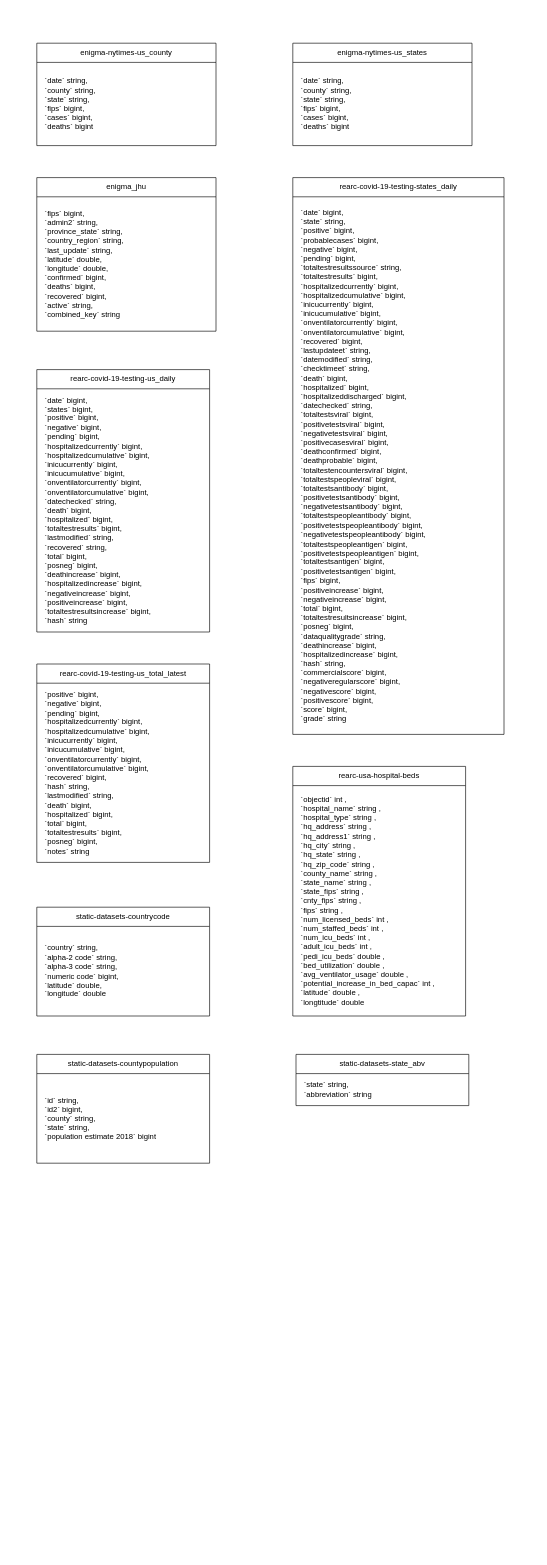
Earlier version of the draw.io diagram page "Page-1" (1 of 2) of datamodel/datamodel.drawio (suhailmemon01101984/dataeng-project04). Source tidied: cells renumbered, new cells numbered last; positions are measured from the earlier drawing's top-left corner, leaving out a move shared by most shapes. Both pictures are drawn from the tidied source at 64%, with x=0, y=0 at pixel (36, 43).
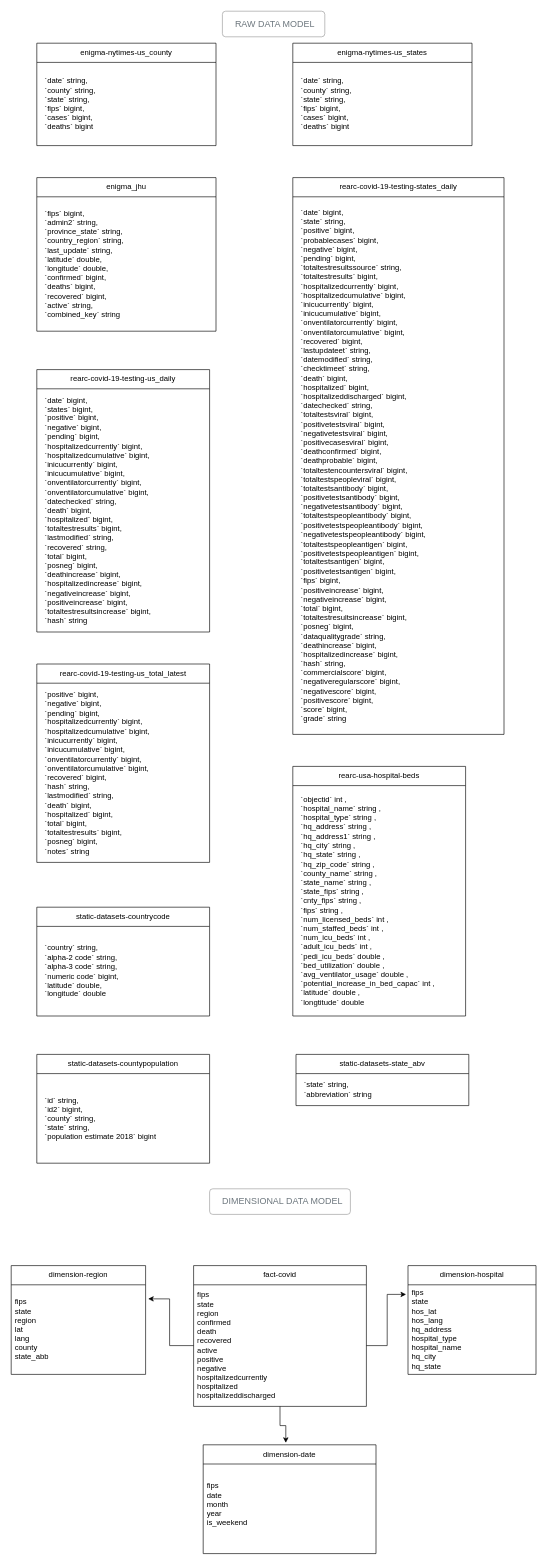
After the change.

The change refers to these unchanged cells:
```xml
<mxCell id="2" value="enigma-nytimes-us_county" style="swimlane;fontStyle=0;horizontal=1;startSize=30;whiteSpace=wrap;html=1;" parent="1" vertex="1">
  <mxGeometry width="280" height="160" as="geometry" />
</mxCell>
<mxCell id="4" value="enigma-nytimes-us_states" style="swimlane;fontStyle=0;horizontal=1;startSize=30;whiteSpace=wrap;html=1;" parent="1" vertex="1">
  <mxGeometry x="400" width="280" height="160" as="geometry" />
</mxCell>
```

The edit, as a diff of the source:
```diff
@@
-    <mxCell id="3" value="&lt;div&gt;&amp;nbsp; `date` string,&amp;nbsp;&lt;/div&gt;&lt;div&gt;&amp;nbsp; `county` string,&amp;nbsp;&lt;/div&gt;&lt;div&gt;&amp;nbsp; `state` string,&amp;nbsp;&lt;/div&gt;&lt;div&gt;&amp;nbsp; `fips` bigint,&amp;nbsp;&lt;/div&gt;&lt;div&gt;&amp;nbsp; `cases` bigint,&amp;nbsp;&lt;/div&gt;&lt;div&gt;&amp;nbsp; `deaths` bigint&lt;/div&gt;" style="text;strokeColor=none;fillColor=none;align=left;verticalAlign=middle;spacingLeft=4;spacingRight=4;overflow=hidden;whiteSpace=wrap;html=1;" parent="2" vertex="1">
-      <mxGeometry y="30" width="280" height="130" as="geometry" />
-    </mxCell>
+    <mxCell id="22" value="&lt;div&gt;&amp;nbsp; `date` string,&amp;nbsp;&lt;/div&gt;&lt;div&gt;&amp;nbsp; `county` string,&amp;nbsp;&lt;/div&gt;&lt;div&gt;&amp;nbsp; `state` string,&amp;nbsp;&lt;/div&gt;&lt;div&gt;&amp;nbsp; `fips` bigint,&amp;nbsp;&lt;/div&gt;&lt;div&gt;&amp;nbsp; `cases` bigint,&amp;nbsp;&lt;/div&gt;&lt;div&gt;&amp;nbsp; `deaths` bigint&lt;/div&gt;" style="text;strokeColor=none;fillColor=none;align=left;verticalAlign=middle;spacingLeft=4;spacingRight=4;overflow=hidden;whiteSpace=wrap;html=1;" parent="2" vertex="1">
+      <mxGeometry y="30" width="280" height="130" as="geometry" />
+    </mxCell>
@@
-    <mxCell id="5" value="&lt;div&gt;&amp;nbsp; `date` string,&amp;nbsp;&lt;/div&gt;&lt;div&gt;&amp;nbsp; `county` string,&amp;nbsp;&lt;/div&gt;&lt;div&gt;&amp;nbsp; `state` string,&amp;nbsp;&lt;/div&gt;&lt;div&gt;&amp;nbsp; `fips` bigint,&amp;nbsp;&lt;/div&gt;&lt;div&gt;&amp;nbsp; `cases` bigint,&amp;nbsp;&lt;/div&gt;&lt;div&gt;&amp;nbsp; `deaths` bigint&lt;/div&gt;" style="text;strokeColor=none;fillColor=none;align=left;verticalAlign=middle;spacingLeft=4;spacingRight=4;overflow=hidden;whiteSpace=wrap;html=1;" parent="4" vertex="1">
-      <mxGeometry y="30" width="280" height="130" as="geometry" />
-    </mxCell>
+    <mxCell id="23" value="&lt;div&gt;&amp;nbsp; `date` string,&amp;nbsp;&lt;/div&gt;&lt;div&gt;&amp;nbsp; `county` string,&amp;nbsp;&lt;/div&gt;&lt;div&gt;&amp;nbsp; `state` string,&amp;nbsp;&lt;/div&gt;&lt;div&gt;&amp;nbsp; `fips` bigint,&amp;nbsp;&lt;/div&gt;&lt;div&gt;&amp;nbsp; `cases` bigint,&amp;nbsp;&lt;/div&gt;&lt;div&gt;&amp;nbsp; `deaths` bigint&lt;/div&gt;" style="text;strokeColor=none;fillColor=none;align=left;verticalAlign=middle;spacingLeft=4;spacingRight=4;overflow=hidden;whiteSpace=wrap;html=1;" parent="4" vertex="1">
+      <mxGeometry y="30" width="280" height="130" as="geometry" />
+    </mxCell>
@@
+    <mxCell id="24" value="RAW DATA MODEL" style="html=1;shadow=0;dashed=0;shape=mxgraph.bootstrap.rrect;rSize=5;strokeColor=#999999;strokeWidth=1;fillColor=#FFFFFF;fontColor=#6C767D;whiteSpace=wrap;align=left;verticalAlign=middle;spacingLeft=10;fontSize=14;spacing=10;" parent="1" vertex="1">
+      <mxGeometry x="290" y="-50" width="160" height="40" as="geometry" />
+    </mxCell>
+    <mxCell id="25" value="DIMENSIONAL DATA MODEL" style="html=1;shadow=0;dashed=0;shape=mxgraph.bootstrap.rrect;rSize=5;strokeColor=#999999;strokeWidth=1;fillColor=#FFFFFF;fontColor=#6C767D;whiteSpace=wrap;align=left;verticalAlign=middle;spacingLeft=10;fontSize=14;spacing=10;" parent="1" vertex="1">
+      <mxGeometry x="270" y="1790" width="220" height="40" as="geometry" />
+    </mxCell>
+    <mxCell id="26" value="dimension-region" style="swimlane;fontStyle=0;horizontal=1;startSize=30;whiteSpace=wrap;html=1;" parent="1" vertex="1">
+      <mxGeometry x="-40" y="1910" width="210" height="170" as="geometry" />
+    </mxCell>
+    <mxCell id="27" value="&lt;div&gt;fips&lt;/div&gt;&lt;div&gt;state&lt;/div&gt;&lt;div&gt;region&lt;/div&gt;&lt;div&gt;lat&lt;/div&gt;&lt;div&gt;lang&lt;/div&gt;&lt;div&gt;county&lt;/div&gt;&lt;div&gt;state_abb&lt;/div&gt;" style="text;strokeColor=none;fillColor=none;align=left;verticalAlign=middle;spacingLeft=4;spacingRight=4;overflow=hidden;points=[[0,0.5],[1,0.5]];portConstraint=eastwest;whiteSpace=wrap;html=1;" parent="26" vertex="1">
+      <mxGeometry y="30" width="210" height="140" as="geometry" />
+    </mxCell>
+    <mxCell id="28" value="dimension-date" style="swimlane;fontStyle=0;horizontal=1;startSize=30;whiteSpace=wrap;html=1;" parent="1" vertex="1">
+      <mxGeometry x="260" y="2190" width="270" height="170" as="geometry" />
+    </mxCell>
+    <mxCell id="29" value="&lt;div&gt;fips&lt;/div&gt;&lt;div&gt;date&lt;/div&gt;&lt;div&gt;month&lt;/div&gt;&lt;div&gt;year&lt;/div&gt;&lt;div&gt;is_weekend&lt;/div&gt;&lt;div&gt;&lt;br&gt;&lt;/div&gt;" style="text;strokeColor=none;fillColor=none;align=left;verticalAlign=middle;spacingLeft=4;spacingRight=4;overflow=hidden;whiteSpace=wrap;html=1;" parent="28" vertex="1">
+      <mxGeometry y="30" width="270" height="140" as="geometry" />
+    </mxCell>
+    <mxCell id="30" value="dimension-hospital" style="swimlane;fontStyle=0;horizontal=1;startSize=30;whiteSpace=wrap;html=1;" parent="1" vertex="1">
+      <mxGeometry x="580" y="1910" width="200" height="170" as="geometry" />
+    </mxCell>
+    <mxCell id="31" value="&lt;div&gt;fips&lt;/div&gt;&lt;div&gt;state&lt;/div&gt;&lt;div&gt;hos_lat&lt;/div&gt;&lt;div&gt;hos_lang&lt;/div&gt;&lt;div&gt;hq_address&lt;/div&gt;&lt;div&gt;hospital_type&lt;/div&gt;&lt;div&gt;hospital_name&lt;/div&gt;&lt;div&gt;hq_city&lt;/div&gt;&lt;div&gt;hq_state&lt;/div&gt;" style="text;strokeColor=none;fillColor=none;align=left;verticalAlign=middle;spacingLeft=4;spacingRight=4;overflow=hidden;points=[[0,0.5],[1,0.5]];portConstraint=eastwest;whiteSpace=wrap;html=1;" parent="30" vertex="1">
+      <mxGeometry y="30" width="200" height="140" as="geometry" />
+    </mxCell>
+    <mxCell id="32" value="fact-covid" style="swimlane;fontStyle=0;horizontal=1;startSize=30;whiteSpace=wrap;html=1;" parent="1" vertex="1">
+      <mxGeometry x="245" y="1910" width="270" height="220" as="geometry" />
+    </mxCell>
+    <mxCell id="33" value="&lt;div&gt;fips&lt;/div&gt;&lt;div&gt;state&lt;/div&gt;&lt;div&gt;region&lt;/div&gt;&lt;div&gt;confirmed&lt;/div&gt;&lt;div&gt;death&lt;/div&gt;&lt;div&gt;recovered&lt;/div&gt;&lt;div&gt;active&lt;/div&gt;&lt;div&gt;positive&lt;/div&gt;&lt;div&gt;negative&lt;/div&gt;&lt;div&gt;hospitalizedcurrently&lt;/div&gt;&lt;div&gt;hospitalized&lt;/div&gt;&lt;div&gt;hospitalizeddischarged&lt;/div&gt;" style="text;strokeColor=none;fillColor=none;align=left;verticalAlign=middle;spacingLeft=4;spacingRight=4;overflow=hidden;points=[[0,0.5],[1,0.5]];portConstraint=eastwest;whiteSpace=wrap;html=1;" parent="1" vertex="1">
+      <mxGeometry x="245" y="1940" width="270" height="190" as="geometry" />
+    </mxCell>
+    <mxCell id="34" style="edgeStyle=orthogonalEdgeStyle;rounded=0;jettySize=auto;html=1;entryX=1.019;entryY=0.157;entryDx=0;entryDy=0;entryPerimeter=0;" parent="1" edge="1" source="33" target="27">
+      <mxGeometry relative="1" as="geometry" />
+    </mxCell>
+    <mxCell id="35" style="edgeStyle=orthogonalEdgeStyle;rounded=0;jettySize=auto;html=1;entryX=-0.015;entryY=0.107;entryDx=0;entryDy=0;entryPerimeter=0;" parent="1" edge="1" source="33" target="31">
+      <mxGeometry relative="1" as="geometry" />
+    </mxCell>
+    <mxCell id="36" style="edgeStyle=orthogonalEdgeStyle;rounded=0;jettySize=auto;html=1;entryX=0.478;entryY=-0.018;entryDx=0;entryDy=0;entryPerimeter=0;" parent="1" edge="1" source="32" target="28">
+      <mxGeometry relative="1" as="geometry" />
+    </mxCell>
```
